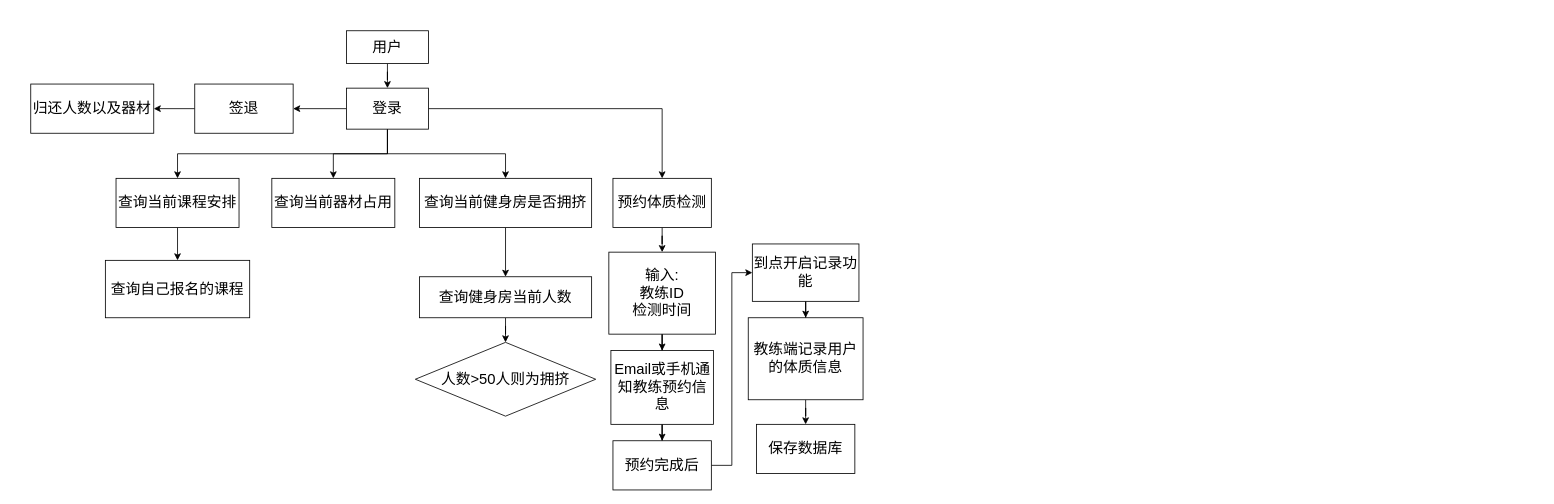
Before: 用户.drawio in rispika/drawio-repository, a draw.io diagram. Source tidied: cells renumbered, new cells numbered last; positions are measured from the earlier drawing's top-left corner, leaving out a move shared by most shapes. Both pictures are drawn from the tidied source at 82%, with x=0, y=0 at pixel (30, 30).
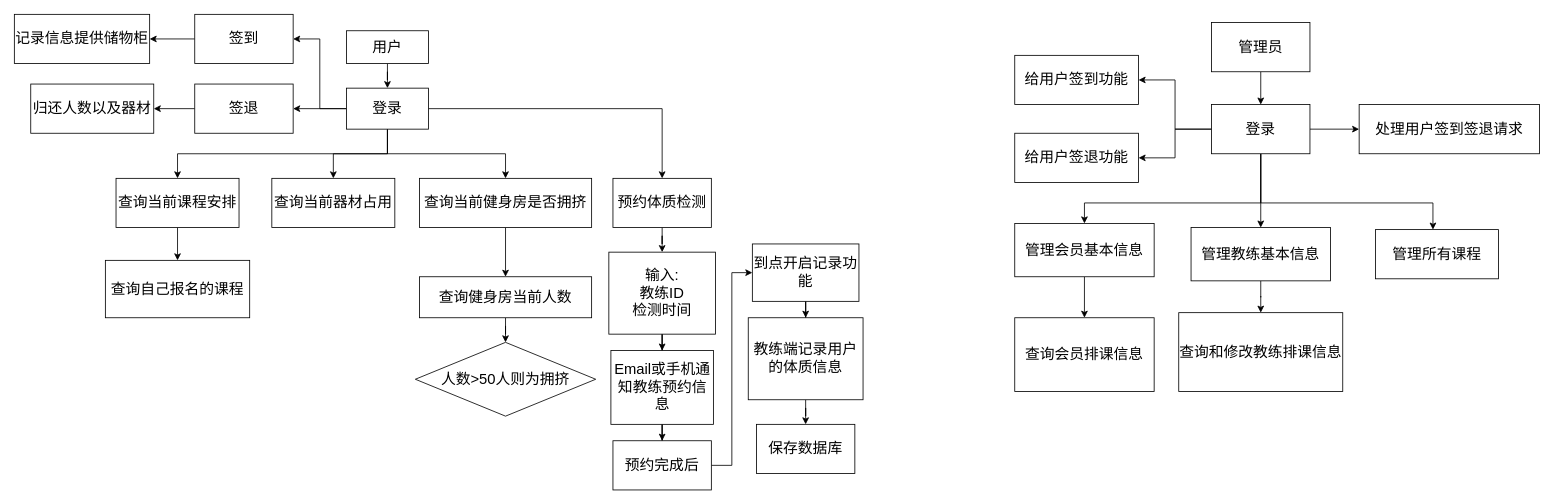
After the change.

The change refers to these unchanged cells:
```xml
<mxCell id="9" value="&lt;font style=&quot;font-size: 18px;&quot;&gt;登录&lt;/font&gt;" style="rounded=0;whiteSpace=wrap;html=1;" parent="1" vertex="1">
  <mxGeometry x="385" y="70" width="100" height="50" as="geometry" />
</mxCell>
```

Diff of the diagram source:
```diff
@@
+    <mxCell id="35" style="edgeStyle=orthogonalEdgeStyle;rounded=0;jettySize=auto;html=1;entryX=1;entryY=0.5;entryDx=0;entryDy=0;" parent="1" edge="1" source="9" target="37">
+      <mxGeometry relative="1" as="geometry" />
+    </mxCell>
@@
+    <mxCell id="36" style="edgeStyle=orthogonalEdgeStyle;rounded=0;jettySize=auto;html=1;" parent="1" edge="1" source="37" target="38">
+      <mxGeometry relative="1" as="geometry" />
+    </mxCell>
+    <mxCell id="37" value="&lt;font style=&quot;font-size: 18px;&quot;&gt;签到&lt;/font&gt;" style="rounded=0;whiteSpace=wrap;html=1;" parent="1" vertex="1">
+      <mxGeometry x="200" y="-20" width="120" height="60" as="geometry" />
+    </mxCell>
+    <mxCell id="38" value="&lt;font style=&quot;font-size: 18px;&quot;&gt;记录信息提供储物柜&lt;/font&gt;" style="rounded=0;whiteSpace=wrap;html=1;" parent="1" vertex="1">
+      <mxGeometry x="-20" y="-20" width="165" height="60" as="geometry" />
+    </mxCell>
+    <mxCell id="39" style="edgeStyle=orthogonalEdgeStyle;rounded=0;jettySize=auto;html=1;entryX=0.5;entryY=0;entryDx=0;entryDy=0;" parent="1" edge="1" source="40" target="47">
+      <mxGeometry relative="1" as="geometry" />
+    </mxCell>
+    <mxCell id="40" value="&lt;font style=&quot;font-size: 18px;&quot;&gt;管理员&lt;/font&gt;" style="rounded=0;whiteSpace=wrap;html=1;" parent="1" vertex="1">
+      <mxGeometry x="1440" y="-10" width="120" height="60" as="geometry" />
+    </mxCell>
+    <mxCell id="41" style="edgeStyle=orthogonalEdgeStyle;rounded=0;jettySize=auto;html=1;entryX=1;entryY=0.5;entryDx=0;entryDy=0;" parent="1" edge="1" source="47" target="48">
+      <mxGeometry relative="1" as="geometry" />
+    </mxCell>
+    <mxCell id="42" style="edgeStyle=orthogonalEdgeStyle;rounded=0;jettySize=auto;html=1;" parent="1" edge="1" source="47" target="49">
+      <mxGeometry relative="1" as="geometry" />
+    </mxCell>
+    <mxCell id="43" style="edgeStyle=orthogonalEdgeStyle;rounded=0;jettySize=auto;html=1;" parent="1" edge="1" source="47" target="53">
+      <mxGeometry relative="1" as="geometry" />
+    </mxCell>
+    <mxCell id="44" style="edgeStyle=orthogonalEdgeStyle;rounded=0;jettySize=auto;html=1;" parent="1" edge="1" source="47" target="51">
+      <mxGeometry relative="1" as="geometry">
+        <Array as="points">
+          <mxPoint x="1500" y="210" />
+          <mxPoint x="1285" y="210" />
+        </Array>
+      </mxGeometry>
+    </mxCell>
+    <mxCell id="45" style="edgeStyle=orthogonalEdgeStyle;rounded=0;jettySize=auto;html=1;" parent="1" edge="1" source="47" target="56">
+      <mxGeometry relative="1" as="geometry" />
+    </mxCell>
+    <mxCell id="46" style="edgeStyle=orthogonalEdgeStyle;rounded=0;jettySize=auto;html=1;" parent="1" edge="1" source="47" target="57">
+      <mxGeometry relative="1" as="geometry">
+        <Array as="points">
+          <mxPoint x="1500" y="210" />
+          <mxPoint x="1710" y="210" />
+        </Array>
+      </mxGeometry>
+    </mxCell>
+    <mxCell id="47" value="&lt;font style=&quot;font-size: 18px;&quot;&gt;登录&lt;/font&gt;" style="rounded=0;whiteSpace=wrap;html=1;" parent="1" vertex="1">
+      <mxGeometry x="1440" y="90" width="120" height="60" as="geometry" />
+    </mxCell>
+    <mxCell id="48" value="&lt;font style=&quot;font-size: 18px;&quot;&gt;给用户签到功能&lt;/font&gt;" style="rounded=0;whiteSpace=wrap;html=1;" parent="1" vertex="1">
+      <mxGeometry x="1200" y="30" width="151" height="60" as="geometry" />
+    </mxCell>
+    <mxCell id="49" value="&lt;font style=&quot;font-size: 18px;&quot;&gt;给用户签退功能&lt;/font&gt;" style="rounded=0;whiteSpace=wrap;html=1;" parent="1" vertex="1">
+      <mxGeometry x="1200" y="125" width="151" height="60" as="geometry" />
+    </mxCell>
+    <mxCell id="50" style="edgeStyle=orthogonalEdgeStyle;rounded=0;jettySize=auto;html=1;" parent="1" edge="1" source="51" target="55">
+      <mxGeometry relative="1" as="geometry" />
+    </mxCell>
+    <mxCell id="51" value="&lt;font style=&quot;font-size: 18px;&quot;&gt;管理会员基本信息&lt;/font&gt;" style="rounded=0;whiteSpace=wrap;html=1;" parent="1" vertex="1">
+      <mxGeometry x="1200" y="235" width="170" height="65" as="geometry" />
+    </mxCell>
+    <mxCell id="52" style="edgeStyle=orthogonalEdgeStyle;rounded=0;jettySize=auto;html=1;entryX=0.5;entryY=0;entryDx=0;entryDy=0;" parent="1" edge="1" source="53" target="54">
+      <mxGeometry relative="1" as="geometry" />
+    </mxCell>
+    <mxCell id="53" value="&lt;font style=&quot;font-size: 18px;&quot;&gt;管理教练基本信息&lt;/font&gt;" style="rounded=0;whiteSpace=wrap;html=1;" parent="1" vertex="1">
+      <mxGeometry x="1415" y="240" width="170" height="65" as="geometry" />
+    </mxCell>
+    <mxCell id="54" value="&lt;font style=&quot;font-size: 18px;&quot;&gt;查询和修改教练排课信息&lt;/font&gt;" style="rounded=0;whiteSpace=wrap;html=1;" parent="1" vertex="1">
+      <mxGeometry x="1400" y="343.8" width="200" height="96.2" as="geometry" />
+    </mxCell>
+    <mxCell id="55" value="&lt;font style=&quot;font-size: 18px;&quot;&gt;查询会员排课信息&lt;/font&gt;" style="rounded=0;whiteSpace=wrap;html=1;" parent="1" vertex="1">
+      <mxGeometry x="1200" y="350" width="170" height="90" as="geometry" />
+    </mxCell>
+    <mxCell id="56" value="&lt;font style=&quot;font-size: 18px;&quot;&gt;处理用户签到签退请求&lt;/font&gt;" style="rounded=0;whiteSpace=wrap;html=1;" parent="1" vertex="1">
+      <mxGeometry x="1620" y="90" width="220" height="60" as="geometry" />
+    </mxCell>
+    <mxCell id="57" value="&lt;font style=&quot;font-size: 18px;&quot;&gt;管理所有课程&lt;/font&gt;" style="rounded=0;whiteSpace=wrap;html=1;" parent="1" vertex="1">
+      <mxGeometry x="1640" y="242.5" width="150" height="60" as="geometry" />
+    </mxCell>
```
